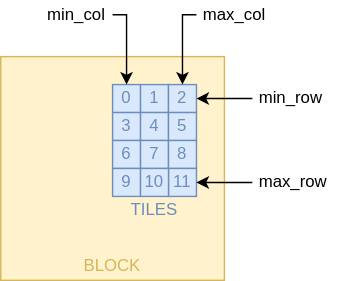
Earlier version of the draw.io export docs/block_tiles.svg (versatiles-org/versatiles-rs). Source tidied: cells renumbered, new cells last; positions are measured from the earlier drawing's top-left corner, leaving out a move shared by most shapes. The source it was exported from:
```xml
<mxGraphModel>
  <root>
    <mxCell id="0" />
    <mxCell id="1" parent="0" />
    <mxCell id="2" style="whiteSpace=wrap;html=1;fillColor=#fff2cc;strokeColor=#d6b656;" parent="1" vertex="1">
      <mxGeometry y="40" width="160" height="160" as="geometry" />
    </mxCell>
    <mxCell id="3" value="0" style="whiteSpace=wrap;html=1;fillColor=#dae8fc;strokeColor=#6c8ebf;fontColor=#6C8EBF;" parent="1" vertex="1">
      <mxGeometry x="80" y="60" width="20" height="20" as="geometry" />
    </mxCell>
    <mxCell id="4" value="1" style="whiteSpace=wrap;html=1;fillColor=#dae8fc;strokeColor=#6c8ebf;fontColor=#6C8EBF;" parent="1" vertex="1">
      <mxGeometry x="100" y="60" width="20" height="20" as="geometry" />
    </mxCell>
    <mxCell id="5" value="2" style="whiteSpace=wrap;html=1;fillColor=#dae8fc;strokeColor=#6c8ebf;fontColor=#6C8EBF;" parent="1" vertex="1">
      <mxGeometry x="120" y="60" width="20" height="20" as="geometry" />
    </mxCell>
    <mxCell id="6" value="3" style="whiteSpace=wrap;html=1;fillColor=#dae8fc;strokeColor=#6c8ebf;fontColor=#6C8EBF;" parent="1" vertex="1">
      <mxGeometry x="80" y="80" width="20" height="20" as="geometry" />
    </mxCell>
    <mxCell id="7" value="4" style="whiteSpace=wrap;html=1;fillColor=#dae8fc;strokeColor=#6c8ebf;fontColor=#6C8EBF;" parent="1" vertex="1">
      <mxGeometry x="100" y="80" width="20" height="20" as="geometry" />
    </mxCell>
    <mxCell id="8" value="5" style="whiteSpace=wrap;html=1;fillColor=#dae8fc;strokeColor=#6c8ebf;fontColor=#6C8EBF;" parent="1" vertex="1">
      <mxGeometry x="120" y="80" width="20" height="20" as="geometry" />
    </mxCell>
    <mxCell id="9" value="6" style="whiteSpace=wrap;html=1;fillColor=#dae8fc;strokeColor=#6c8ebf;fontColor=#6C8EBF;" parent="1" vertex="1">
      <mxGeometry x="80" y="100" width="20" height="20" as="geometry" />
    </mxCell>
    <mxCell id="10" value="7" style="whiteSpace=wrap;html=1;fillColor=#dae8fc;strokeColor=#6c8ebf;fontColor=#6C8EBF;" parent="1" vertex="1">
      <mxGeometry x="100" y="100" width="20" height="20" as="geometry" />
    </mxCell>
    <mxCell id="11" value="8" style="whiteSpace=wrap;html=1;fillColor=#dae8fc;strokeColor=#6c8ebf;fontColor=#6C8EBF;" parent="1" vertex="1">
      <mxGeometry x="120" y="100" width="20" height="20" as="geometry" />
    </mxCell>
    <mxCell id="12" style="edgeStyle=orthogonalEdgeStyle;rounded=0;jettySize=auto;html=1;exitX=1;exitY=0.5;exitDx=0;exitDy=0;entryX=0.5;entryY=0;entryDx=0;entryDy=0;" parent="1" edge="1" source="13" target="3">
      <mxGeometry relative="1" as="geometry">
        <Array as="points">
          <mxPoint x="90" y="10" />
        </Array>
      </mxGeometry>
    </mxCell>
    <mxCell id="13" value="min_col" style="text;html=1;strokeColor=none;fillColor=none;align=right;verticalAlign=middle;whiteSpace=wrap;rounded=0;spacingLeft=5;spacingRight=5;spacing=0;" parent="1" vertex="1">
      <mxGeometry x="30" width="50" height="20" as="geometry" />
    </mxCell>
    <mxCell id="14" style="edgeStyle=orthogonalEdgeStyle;rounded=0;jettySize=auto;html=1;entryX=0.5;entryY=0;entryDx=0;entryDy=0;exitX=0;exitY=0.5;exitDx=0;exitDy=0;elbow=vertical;" parent="1" edge="1" source="15" target="5">
      <mxGeometry relative="1" as="geometry">
        <Array as="points">
          <mxPoint x="130" y="10" />
        </Array>
      </mxGeometry>
    </mxCell>
    <mxCell id="15" value="max_col" style="text;html=1;strokeColor=none;fillColor=none;align=left;verticalAlign=middle;whiteSpace=wrap;rounded=0;spacingLeft=5;spacingRight=5;spacing=0;" parent="1" vertex="1">
      <mxGeometry x="140" width="60" height="20" as="geometry" />
    </mxCell>
    <mxCell id="16" value="9" style="whiteSpace=wrap;html=1;fillColor=#dae8fc;strokeColor=#6c8ebf;fontColor=#6C8EBF;" parent="1" vertex="1">
      <mxGeometry x="80" y="120" width="20" height="20" as="geometry" />
    </mxCell>
    <mxCell id="17" value="11" style="whiteSpace=wrap;html=1;fillColor=#dae8fc;strokeColor=#6c8ebf;fontColor=#6C8EBF;" parent="1" vertex="1">
      <mxGeometry x="120" y="120" width="20" height="20" as="geometry" />
    </mxCell>
    <mxCell id="18" value="10" style="whiteSpace=wrap;html=1;fillColor=#dae8fc;strokeColor=#6c8ebf;fontColor=#6C8EBF;" parent="1" vertex="1">
      <mxGeometry x="100" y="120" width="20" height="20" as="geometry" />
    </mxCell>
    <mxCell id="19" style="edgeStyle=orthogonalEdgeStyle;rounded=0;jettySize=auto;html=1;exitX=0;exitY=0.5;exitDx=0;exitDy=0;entryX=1;entryY=0.5;entryDx=0;entryDy=0;" parent="1" edge="1" source="20" target="5">
      <mxGeometry relative="1" as="geometry" />
    </mxCell>
    <mxCell id="20" value="min_row" style="text;html=1;strokeColor=none;fillColor=none;align=left;verticalAlign=middle;whiteSpace=wrap;rounded=0;spacingLeft=5;spacingRight=5;spacing=0;" parent="1" vertex="1">
      <mxGeometry x="180" y="60" width="50" height="20" as="geometry" />
    </mxCell>
    <mxCell id="21" style="edgeStyle=orthogonalEdgeStyle;rounded=0;jettySize=auto;html=1;exitX=0;exitY=0.5;exitDx=0;exitDy=0;entryX=1;entryY=0.5;entryDx=0;entryDy=0;" parent="1" edge="1" source="22" target="17">
      <mxGeometry relative="1" as="geometry" />
    </mxCell>
    <mxCell id="22" value="max_row" style="text;html=1;strokeColor=none;fillColor=none;align=left;verticalAlign=middle;whiteSpace=wrap;rounded=0;spacingLeft=5;spacingRight=5;spacing=0;" parent="1" vertex="1">
      <mxGeometry x="180" y="120" width="60" height="20" as="geometry" />
    </mxCell>
    <mxCell id="23" value="BLOCK" style="text;html=1;strokeColor=none;fillColor=none;align=center;verticalAlign=middle;whiteSpace=wrap;rounded=0;fontColor=#D6B656;" parent="1" vertex="1">
      <mxGeometry x="50" y="180" width="60" height="20" as="geometry" />
    </mxCell>
    <mxCell id="24" value="TILES" style="text;html=1;strokeColor=none;fillColor=none;align=center;verticalAlign=middle;whiteSpace=wrap;rounded=0;fontColor=#6C8EBF;" parent="1" vertex="1">
      <mxGeometry x="80" y="140" width="60" height="20" as="geometry" />
    </mxCell>
  </root>
</mxGraphModel>
```
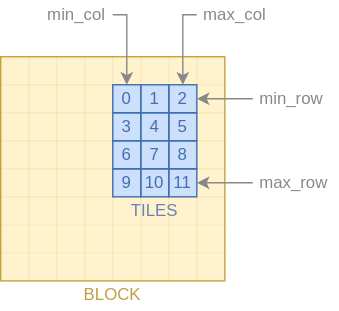
The same diagram one commit later.

Change to the diagram source:
```diff
@@ -2,82 +2,181 @@
   <root>
     <mxCell id="0" />
     <mxCell id="1" parent="0" />
-    <mxCell id="2" style="whiteSpace=wrap;html=1;fillColor=#fff2cc;strokeColor=#d6b656;" parent="1" vertex="1">
-      <mxGeometry y="40" width="160" height="160" as="geometry" />
-    </mxCell>
+    <mxCell id="25" style="whiteSpace=wrap;html=1;fillColor=none;strokeColor=#BF9F40;fillOpacity=20;strokeOpacity=100;" parent="1" vertex="1">
+      <mxGeometry y="40" width="160" height="160" as="geometry" />
+    </mxCell>
+    <mxCell id="26" style="rounded=0;whiteSpace=wrap;html=1;strokeColor=none;fontColor=default;fillColor=#FFBE00;fillOpacity=20;" parent="1" vertex="1">
+      <mxGeometry y="40" width="80" height="160" as="geometry" />
+    </mxCell>
+    <mxCell id="27" style="rounded=0;whiteSpace=wrap;html=1;strokeColor=none;fontColor=default;fillColor=#FFBE00;fillOpacity=20;" parent="1" vertex="1">
+      <mxGeometry x="80" y="40" width="80" height="20" as="geometry" />
+    </mxCell>
+    <mxCell id="28" style="rounded=0;whiteSpace=wrap;html=1;strokeColor=none;fontColor=default;fillColor=#FFBE00;fillOpacity=20;" parent="1" vertex="1">
+      <mxGeometry x="140" y="60" width="20" height="80" as="geometry" />
+    </mxCell>
+    <mxCell id="29" style="rounded=0;whiteSpace=wrap;html=1;strokeColor=none;fontColor=default;fillColor=#FFBE00;fillOpacity=20;" parent="1" vertex="1">
+      <mxGeometry x="80" y="140" width="80" height="60" as="geometry" />
+    </mxCell>
+    <mxCell id="12" style="edgeStyle=orthogonalEdgeStyle;rounded=0;jettySize=auto;html=1;exitX=1;exitY=0.5;exitDx=0;exitDy=0;entryX=0.5;entryY=0;entryDx=0;entryDy=0;strokeColor=#888;" parent="1" edge="1" source="13" target="3">
+      <mxGeometry relative="1" as="geometry">
+        <Array as="points">
+          <mxPoint x="90" y="10" />
+        </Array>
+      </mxGeometry>
+    </mxCell>
+    <mxCell id="13" value="min_col" style="text;html=1;strokeColor=none;fillColor=none;align=right;verticalAlign=middle;whiteSpace=wrap;rounded=0;spacingLeft=5;spacingRight=5;spacing=0;fontColor=#888;" parent="1" vertex="1">
+      <mxGeometry x="30" width="50" height="20" as="geometry" />
+    </mxCell>
+    <mxCell id="14" style="edgeStyle=orthogonalEdgeStyle;rounded=0;jettySize=auto;html=1;entryX=0.5;entryY=0;entryDx=0;entryDy=0;exitX=0;exitY=0.5;exitDx=0;exitDy=0;elbow=vertical;strokeColor=#888;" parent="1" edge="1" source="15" target="5">
+      <mxGeometry relative="1" as="geometry">
+        <Array as="points">
+          <mxPoint x="130" y="10" />
+        </Array>
+      </mxGeometry>
+    </mxCell>
+    <mxCell id="15" value="max_col" style="text;html=1;strokeColor=none;fillColor=none;align=left;verticalAlign=middle;whiteSpace=wrap;rounded=0;spacingLeft=5;spacingRight=5;spacing=0;fontColor=#888;" parent="1" vertex="1">
+      <mxGeometry x="140" width="60" height="20" as="geometry" />
+    </mxCell>
+    <mxCell id="19" style="edgeStyle=orthogonalEdgeStyle;rounded=0;jettySize=auto;html=1;exitX=0;exitY=0.5;exitDx=0;exitDy=0;entryX=1;entryY=0.5;entryDx=0;entryDy=0;strokeColor=#888;" parent="1" edge="1" source="20" target="5">
+      <mxGeometry relative="1" as="geometry" />
+    </mxCell>
+    <mxCell id="20" value="min_row" style="text;html=1;strokeColor=none;fillColor=none;align=left;verticalAlign=middle;whiteSpace=wrap;rounded=0;spacingLeft=5;spacingRight=5;spacing=0;fontColor=#888;" parent="1" vertex="1">
+      <mxGeometry x="180" y="60" width="50" height="20" as="geometry" />
+    </mxCell>
+    <mxCell id="21" style="edgeStyle=orthogonalEdgeStyle;rounded=0;jettySize=auto;html=1;exitX=0;exitY=0.5;exitDx=0;exitDy=0;entryX=1;entryY=0.5;entryDx=0;entryDy=0;strokeColor=#888;" parent="1" edge="1" source="22" target="17">
+      <mxGeometry relative="1" as="geometry" />
+    </mxCell>
+    <mxCell id="22" value="max_row" style="text;html=1;strokeColor=none;fillColor=none;align=left;verticalAlign=middle;whiteSpace=wrap;rounded=0;spacingLeft=5;spacingRight=5;spacing=0;fontColor=#888;" parent="1" vertex="1">
+      <mxGeometry x="180" y="120" width="60" height="20" as="geometry" />
+    </mxCell>
+    <mxCell id="23" value="BLOCK" style="text;html=1;strokeColor=none;fillColor=none;align=center;verticalAlign=middle;whiteSpace=wrap;rounded=0;fontColor=#BF9F40;" parent="1" vertex="1">
+      <mxGeometry x="50" y="200" width="60" height="20" as="geometry" />
+    </mxCell>
+    <mxCell id="24" value="TILES" style="text;html=1;strokeColor=none;fillColor=none;align=center;verticalAlign=middle;whiteSpace=wrap;rounded=0;fontColor=#6386B8;" parent="1" vertex="1">
+      <mxGeometry x="80" y="140" width="60" height="20" as="geometry" />
+    </mxCell>
+    <mxCell id="30" style="group;" parent="1" vertex="1">
+      <mxGeometry y="40" width="160" height="160" as="geometry" />
+    </mxCell>
+    <mxCell id="31" style="endArrow=none;html=1;rounded=0;fontColor=#BF9F40;strokeColor=#BF9F40;snapToPoint=1;strokeOpacity=50;opacity=20;" parent="30" edge="1">
+      <mxGeometry relative="1" as="geometry">
+        <mxPoint x="20" y="160" as="sourcePoint" />
+        <mxPoint x="20" as="targetPoint" />
+      </mxGeometry>
+    </mxCell>
+    <mxCell id="32" style="endArrow=none;html=1;rounded=0;fontColor=#BF9F40;strokeColor=#BF9F40;snapToPoint=1;strokeOpacity=50;opacity=20;" parent="30" edge="1">
+      <mxGeometry relative="1" as="geometry">
+        <mxPoint x="40" y="160" as="sourcePoint" />
+        <mxPoint x="40" as="targetPoint" />
+      </mxGeometry>
+    </mxCell>
+    <mxCell id="33" style="endArrow=none;html=1;rounded=0;fontColor=#BF9F40;strokeColor=#BF9F40;snapToPoint=1;strokeOpacity=50;opacity=20;" parent="30" edge="1">
+      <mxGeometry relative="1" as="geometry">
+        <mxPoint x="60" y="160" as="sourcePoint" />
+        <mxPoint x="60" as="targetPoint" />
+      </mxGeometry>
+    </mxCell>
+    <mxCell id="34" style="endArrow=none;html=1;rounded=0;fontColor=#BF9F40;strokeColor=#BF9F40;snapToPoint=1;strokeOpacity=50;opacity=20;" parent="30" edge="1">
+      <mxGeometry relative="1" as="geometry">
+        <mxPoint x="80" y="160" as="sourcePoint" />
+        <mxPoint x="80" as="targetPoint" />
+      </mxGeometry>
+    </mxCell>
+    <mxCell id="35" style="endArrow=none;html=1;rounded=0;fontColor=#BF9F40;strokeColor=#BF9F40;snapToPoint=1;strokeOpacity=50;opacity=20;" parent="30" edge="1">
+      <mxGeometry relative="1" as="geometry">
+        <mxPoint x="100" y="160" as="sourcePoint" />
+        <mxPoint x="100" as="targetPoint" />
+      </mxGeometry>
+    </mxCell>
+    <mxCell id="36" style="endArrow=none;html=1;rounded=0;fontColor=#BF9F40;strokeColor=#BF9F40;snapToPoint=1;strokeOpacity=50;opacity=20;" parent="30" edge="1">
+      <mxGeometry relative="1" as="geometry">
+        <mxPoint x="120" y="160" as="sourcePoint" />
+        <mxPoint x="120" as="targetPoint" />
+      </mxGeometry>
+    </mxCell>
+    <mxCell id="37" style="endArrow=none;html=1;rounded=0;fontColor=#BF9F40;strokeColor=#BF9F40;snapToPoint=1;strokeOpacity=50;opacity=20;" parent="30" edge="1">
+      <mxGeometry relative="1" as="geometry">
+        <mxPoint x="140" y="160" as="sourcePoint" />
+        <mxPoint x="140" as="targetPoint" />
+      </mxGeometry>
+    </mxCell>
+    <mxCell id="38" style="endArrow=none;html=1;rounded=0;fontColor=#BF9F40;strokeColor=#BF9F40;snapToPoint=1;strokeOpacity=50;opacity=20;" parent="30" edge="1">
+      <mxGeometry relative="1" as="geometry">
+        <mxPoint x="160" y="140" as="sourcePoint" />
+        <mxPoint y="140" as="targetPoint" />
+      </mxGeometry>
+    </mxCell>
+    <mxCell id="39" style="endArrow=none;html=1;rounded=0;fontColor=#BF9F40;strokeColor=#BF9F40;snapToPoint=1;strokeOpacity=50;opacity=20;" parent="30" edge="1">
+      <mxGeometry relative="1" as="geometry">
+        <mxPoint x="160" y="120" as="sourcePoint" />
+        <mxPoint y="120" as="targetPoint" />
+      </mxGeometry>
+    </mxCell>
+    <mxCell id="40" style="endArrow=none;html=1;rounded=0;fontColor=#BF9F40;strokeColor=#BF9F40;snapToPoint=1;strokeOpacity=50;opacity=20;" parent="30" edge="1">
+      <mxGeometry relative="1" as="geometry">
+        <mxPoint x="160" y="100" as="sourcePoint" />
+        <mxPoint y="100" as="targetPoint" />
+      </mxGeometry>
+    </mxCell>
+    <mxCell id="41" style="endArrow=none;html=1;rounded=0;fontColor=#BF9F40;strokeColor=#BF9F40;snapToPoint=1;strokeOpacity=50;opacity=20;" parent="30" edge="1">
+      <mxGeometry relative="1" as="geometry">
+        <mxPoint x="160" y="80" as="sourcePoint" />
+        <mxPoint y="80" as="targetPoint" />
+      </mxGeometry>
+    </mxCell>
+    <mxCell id="42" style="endArrow=none;html=1;rounded=0;fontColor=#BF9F40;strokeColor=#BF9F40;snapToPoint=1;strokeOpacity=50;opacity=20;" parent="30" edge="1">
+      <mxGeometry relative="1" as="geometry">
+        <mxPoint x="160" y="60" as="sourcePoint" />
+        <mxPoint y="60" as="targetPoint" />
+      </mxGeometry>
+    </mxCell>
+    <mxCell id="43" style="endArrow=none;html=1;rounded=0;fontColor=#BF9F40;strokeColor=#BF9F40;snapToPoint=1;strokeOpacity=50;opacity=20;" parent="30" edge="1">
+      <mxGeometry relative="1" as="geometry">
+        <mxPoint x="160" y="40" as="sourcePoint" />
+        <mxPoint y="40" as="targetPoint" />
+      </mxGeometry>
+    </mxCell>
+    <mxCell id="44" style="endArrow=none;html=1;rounded=0;fontColor=#BF9F40;strokeColor=#BF9F40;snapToPoint=1;strokeOpacity=50;opacity=20;" parent="30" edge="1">
+      <mxGeometry relative="1" as="geometry">
+        <mxPoint x="160" y="20" as="sourcePoint" />
+        <mxPoint y="20" as="targetPoint" />
+      </mxGeometry>
+    </mxCell>
-    <mxCell id="3" value="0" style="whiteSpace=wrap;html=1;fillColor=#dae8fc;strokeColor=#6c8ebf;fontColor=#6C8EBF;" parent="1" vertex="1">
+    <mxCell id="3" value="0" style="whiteSpace=wrap;html=1;fillColor=#005FEB;strokeColor=#406FB5;fontColor=#406FB5;fillOpacity=20;" parent="1" vertex="1">
       <mxGeometry x="80" y="60" width="20" height="20" as="geometry" />
     </mxCell>
-    <mxCell id="4" value="1" style="whiteSpace=wrap;html=1;fillColor=#dae8fc;strokeColor=#6c8ebf;fontColor=#6C8EBF;" parent="1" vertex="1">
+    <mxCell id="4" value="1" style="whiteSpace=wrap;html=1;fillColor=#005FEB;strokeColor=#406FB5;fontColor=#406FB5;fillOpacity=20;" parent="1" vertex="1">
       <mxGeometry x="100" y="60" width="20" height="20" as="geometry" />
     </mxCell>
-    <mxCell id="5" value="2" style="whiteSpace=wrap;html=1;fillColor=#dae8fc;strokeColor=#6c8ebf;fontColor=#6C8EBF;" parent="1" vertex="1">
+    <mxCell id="5" value="2" style="whiteSpace=wrap;html=1;fillColor=#005FEB;strokeColor=#406FB5;fontColor=#406FB5;fillOpacity=20;" parent="1" vertex="1">
       <mxGeometry x="120" y="60" width="20" height="20" as="geometry" />
     </mxCell>
-    <mxCell id="6" value="3" style="whiteSpace=wrap;html=1;fillColor=#dae8fc;strokeColor=#6c8ebf;fontColor=#6C8EBF;" parent="1" vertex="1">
+    <mxCell id="6" value="3" style="whiteSpace=wrap;html=1;fillColor=#005FEB;strokeColor=#406FB5;fontColor=#406FB5;fillOpacity=20;" parent="1" vertex="1">
       <mxGeometry x="80" y="80" width="20" height="20" as="geometry" />
     </mxCell>
-    <mxCell id="7" value="4" style="whiteSpace=wrap;html=1;fillColor=#dae8fc;strokeColor=#6c8ebf;fontColor=#6C8EBF;" parent="1" vertex="1">
+    <mxCell id="7" value="4" style="whiteSpace=wrap;html=1;fillColor=#005FEB;strokeColor=#406FB5;fontColor=#406FB5;fillOpacity=20;" parent="1" vertex="1">
       <mxGeometry x="100" y="80" width="20" height="20" as="geometry" />
     </mxCell>
-    <mxCell id="8" value="5" style="whiteSpace=wrap;html=1;fillColor=#dae8fc;strokeColor=#6c8ebf;fontColor=#6C8EBF;" parent="1" vertex="1">
+    <mxCell id="8" value="5" style="whiteSpace=wrap;html=1;fillColor=#005FEB;strokeColor=#406FB5;fontColor=#406FB5;fillOpacity=20;" parent="1" vertex="1">
       <mxGeometry x="120" y="80" width="20" height="20" as="geometry" />
     </mxCell>
-    <mxCell id="9" value="6" style="whiteSpace=wrap;html=1;fillColor=#dae8fc;strokeColor=#6c8ebf;fontColor=#6C8EBF;" parent="1" vertex="1">
+    <mxCell id="9" value="6" style="whiteSpace=wrap;html=1;fillColor=#005FEB;strokeColor=#406FB5;fontColor=#406FB5;fillOpacity=20;" parent="1" vertex="1">
       <mxGeometry x="80" y="100" width="20" height="20" as="geometry" />
     </mxCell>
-    <mxCell id="10" value="7" style="whiteSpace=wrap;html=1;fillColor=#dae8fc;strokeColor=#6c8ebf;fontColor=#6C8EBF;" parent="1" vertex="1">
+    <mxCell id="10" value="7" style="whiteSpace=wrap;html=1;fillColor=#005FEB;strokeColor=#406FB5;fillOpacity=20;fontColor=#406FB5;" parent="1" vertex="1">
       <mxGeometry x="100" y="100" width="20" height="20" as="geometry" />
     </mxCell>
-    <mxCell id="11" value="8" style="whiteSpace=wrap;html=1;fillColor=#dae8fc;strokeColor=#6c8ebf;fontColor=#6C8EBF;" parent="1" vertex="1">
+    <mxCell id="11" value="8" style="whiteSpace=wrap;html=1;fillColor=#005FEB;strokeColor=#406FB5;fontColor=#406FB5;fillOpacity=20;" parent="1" vertex="1">
       <mxGeometry x="120" y="100" width="20" height="20" as="geometry" />
     </mxCell>
-    <mxCell id="12" style="edgeStyle=orthogonalEdgeStyle;rounded=0;jettySize=auto;html=1;exitX=1;exitY=0.5;exitDx=0;exitDy=0;entryX=0.5;entryY=0;entryDx=0;entryDy=0;" parent="1" edge="1" source="13" target="3">
-      <mxGeometry relative="1" as="geometry">
-        <Array as="points">
-          <mxPoint x="90" y="10" />
-        </Array>
-      </mxGeometry>
-    </mxCell>
-    <mxCell id="13" value="min_col" style="text;html=1;strokeColor=none;fillColor=none;align=right;verticalAlign=middle;whiteSpace=wrap;rounded=0;spacingLeft=5;spacingRight=5;spacing=0;" parent="1" vertex="1">
-      <mxGeometry x="30" width="50" height="20" as="geometry" />
-    </mxCell>
-    <mxCell id="14" style="edgeStyle=orthogonalEdgeStyle;rounded=0;jettySize=auto;html=1;entryX=0.5;entryY=0;entryDx=0;entryDy=0;exitX=0;exitY=0.5;exitDx=0;exitDy=0;elbow=vertical;" parent="1" edge="1" source="15" target="5">
-      <mxGeometry relative="1" as="geometry">
-        <Array as="points">
-          <mxPoint x="130" y="10" />
-        </Array>
-      </mxGeometry>
-    </mxCell>
-    <mxCell id="15" value="max_col" style="text;html=1;strokeColor=none;fillColor=none;align=left;verticalAlign=middle;whiteSpace=wrap;rounded=0;spacingLeft=5;spacingRight=5;spacing=0;" parent="1" vertex="1">
-      <mxGeometry x="140" width="60" height="20" as="geometry" />
-    </mxCell>
-    <mxCell id="16" value="9" style="whiteSpace=wrap;html=1;fillColor=#dae8fc;strokeColor=#6c8ebf;fontColor=#6C8EBF;" parent="1" vertex="1">
+    <mxCell id="16" value="9" style="whiteSpace=wrap;html=1;fillColor=#005FEB;strokeColor=#406FB5;fontColor=#406FB5;fillOpacity=20;" parent="1" vertex="1">
       <mxGeometry x="80" y="120" width="20" height="20" as="geometry" />
     </mxCell>
-    <mxCell id="17" value="11" style="whiteSpace=wrap;html=1;fillColor=#dae8fc;strokeColor=#6c8ebf;fontColor=#6C8EBF;" parent="1" vertex="1">
+    <mxCell id="17" value="11" style="whiteSpace=wrap;html=1;fillColor=#005FEB;strokeColor=#406FB5;fontColor=#406FB5;fillOpacity=20;" parent="1" vertex="1">
       <mxGeometry x="120" y="120" width="20" height="20" as="geometry" />
     </mxCell>
-    <mxCell id="18" value="10" style="whiteSpace=wrap;html=1;fillColor=#dae8fc;strokeColor=#6c8ebf;fontColor=#6C8EBF;" parent="1" vertex="1">
+    <mxCell id="18" value="10" style="whiteSpace=wrap;html=1;fillColor=#005FEB;strokeColor=#406FB5;fontColor=#406FB5;fillOpacity=20;" parent="1" vertex="1">
       <mxGeometry x="100" y="120" width="20" height="20" as="geometry" />
     </mxCell>
-    <mxCell id="19" style="edgeStyle=orthogonalEdgeStyle;rounded=0;jettySize=auto;html=1;exitX=0;exitY=0.5;exitDx=0;exitDy=0;entryX=1;entryY=0.5;entryDx=0;entryDy=0;" parent="1" edge="1" source="20" target="5">
-      <mxGeometry relative="1" as="geometry" />
-    </mxCell>
-    <mxCell id="20" value="min_row" style="text;html=1;strokeColor=none;fillColor=none;align=left;verticalAlign=middle;whiteSpace=wrap;rounded=0;spacingLeft=5;spacingRight=5;spacing=0;" parent="1" vertex="1">
-      <mxGeometry x="180" y="60" width="50" height="20" as="geometry" />
-    </mxCell>
-    <mxCell id="21" style="edgeStyle=orthogonalEdgeStyle;rounded=0;jettySize=auto;html=1;exitX=0;exitY=0.5;exitDx=0;exitDy=0;entryX=1;entryY=0.5;entryDx=0;entryDy=0;" parent="1" edge="1" source="22" target="17">
-      <mxGeometry relative="1" as="geometry" />
-    </mxCell>
-    <mxCell id="22" value="max_row" style="text;html=1;strokeColor=none;fillColor=none;align=left;verticalAlign=middle;whiteSpace=wrap;rounded=0;spacingLeft=5;spacingRight=5;spacing=0;" parent="1" vertex="1">
-      <mxGeometry x="180" y="120" width="60" height="20" as="geometry" />
-    </mxCell>
-    <mxCell id="23" value="BLOCK" style="text;html=1;strokeColor=none;fillColor=none;align=center;verticalAlign=middle;whiteSpace=wrap;rounded=0;fontColor=#D6B656;" parent="1" vertex="1">
-      <mxGeometry x="50" y="180" width="60" height="20" as="geometry" />
-    </mxCell>
-    <mxCell id="24" value="TILES" style="text;html=1;strokeColor=none;fillColor=none;align=center;verticalAlign=middle;whiteSpace=wrap;rounded=0;fontColor=#6C8EBF;" parent="1" vertex="1">
-      <mxGeometry x="80" y="140" width="60" height="20" as="geometry" />
-    </mxCell>
   </root>
 </mxGraphModel>
```
